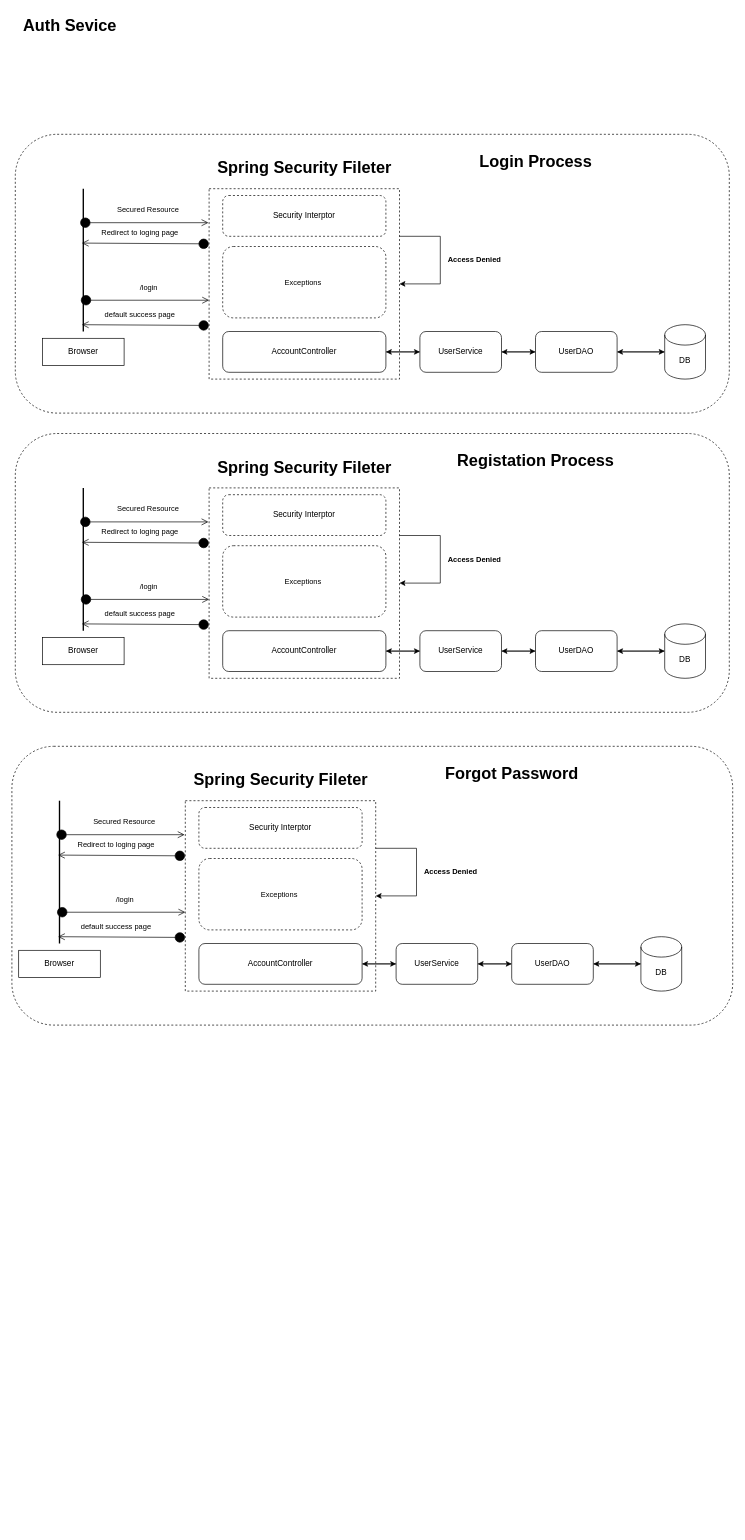
The draw.io diagram les2.drawio in DrSkyFox/some_arch_rep, before the edit. Source tidied: cells renumbered, new cells numbered last; positions are measured from the earlier drawing's top-left corner, leaving out a move shared by most shapes. Both pictures are drawn from the tidied source at 68%, with x=0, y=0 at pixel (12, 12).
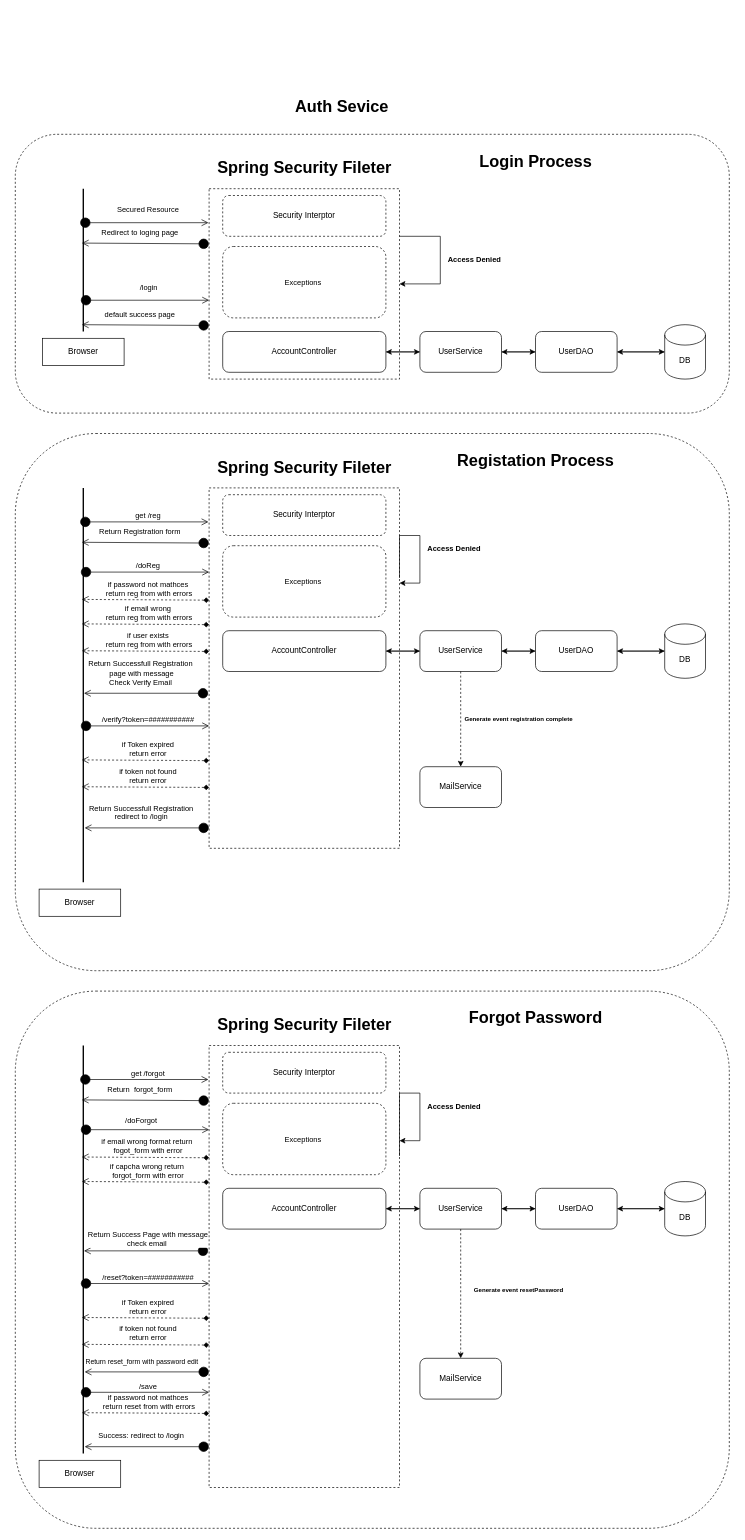
After the change.

The change refers to these unchanged cells:
```xml
<mxCell id="36" value="UserService" style="rounded=1;whiteSpace=wrap;html=1;" parent="1" vertex="1">
  <mxGeometry x="600" y="910" width="120" height="60" as="geometry" />
</mxCell>
```

Change to the diagram source:
```diff
@@
     <mxCell id="6" value="Auth Sevice" style="text;strokeColor=none;fillColor=none;html=1;fontSize=24;fontStyle=1;verticalAlign=middle;align=center;" parent="1" vertex="1">
-      <mxGeometry width="170" height="40" as="geometry" />
+      <mxGeometry x="400" y="120" width="170" height="40" as="geometry" />
     </mxCell>
@@
     <mxCell id="27" style="rounded=1;whiteSpace=wrap;html=1;dashed=1;" parent="1" vertex="1">
-      <mxGeometry x="5" y="620" width="1050" height="410" as="geometry" />
+      <mxGeometry x="5" y="620" width="1050" height="790" as="geometry" />
     </mxCell>
     <mxCell id="28" style="rounded=0;whiteSpace=wrap;html=1;dashed=1;" parent="1" vertex="1">
-      <mxGeometry x="290" y="700" width="280" height="280" as="geometry" />
+      <mxGeometry x="290" y="700" width="280" height="530" as="geometry" />
     </mxCell>
@@
     <mxCell id="39" style="line;strokeWidth=2;direction=south;html=1;" parent="1" vertex="1">
-      <mxGeometry x="100" y="700" width="10" height="210" as="geometry" />
+      <mxGeometry x="100" y="700" width="10" height="580" as="geometry" />
     </mxCell>
     <mxCell id="40" value="Browser" style="rounded=0;whiteSpace=wrap;html=1;" parent="1" vertex="1">
-      <mxGeometry x="45" y="920" width="120" height="40" as="geometry" />
+      <mxGeometry x="40" y="1290" width="120" height="40" as="geometry" />
     </mxCell>
@@
-    <mxCell id="42" value="Secured Resource" style="verticalAlign=bottom;startArrow=circle;startFill=1;endArrow=open;startSize=6;endSize=8;html=1;" parent="1" edge="1">
-      <mxGeometry x="0.06" y="10" relative="1" as="geometry">
+    <mxCell id="42" value="get /reg" style="verticalAlign=bottom;startArrow=circle;startFill=1;endArrow=open;startSize=6;endSize=8;html=1;" parent="1" edge="1">
+      <mxGeometry x="0.06" relative="1" as="geometry">
         <mxPoint x="100" y="750" as="sourcePoint" />
         <mxPoint x="289" y="750" as="targetPoint" />
       </mxGeometry>
     </mxCell>
-    <mxCell id="43" value="Redirect to loging page" style="verticalAlign=bottom;startArrow=circle;startFill=1;endArrow=open;startSize=6;endSize=8;html=1;exitX=0.002;exitY=0.401;exitDx=0;exitDy=0;exitPerimeter=0;entryX=0.501;entryY=0.66;entryDx=0;entryDy=0;entryPerimeter=0;" parent="1" edge="1">
+    <mxCell id="43" value="Return Registration form" style="verticalAlign=bottom;startArrow=circle;startFill=1;endArrow=open;startSize=6;endSize=8;html=1;exitX=0.002;exitY=0.401;exitDx=0;exitDy=0;exitPerimeter=0;entryX=0.501;entryY=0.66;entryDx=0;entryDy=0;entryPerimeter=0;" parent="1" edge="1">
       <mxGeometry x="0.09" y="-7" relative="1" as="geometry">
         <mxPoint x="290" y="781.1" as="sourcePoint" />
         <mxPoint x="102.8" y="780" as="targetPoint" />
       </mxGeometry>
     </mxCell>
-    <mxCell id="44" value="/login" style="verticalAlign=bottom;startArrow=circle;startFill=1;endArrow=open;startSize=6;endSize=8;html=1;" parent="1" edge="1">
-      <mxGeometry x="0.06" y="10" relative="1" as="geometry">
-        <mxPoint x="101" y="864" as="sourcePoint" />
-        <mxPoint x="290" y="864" as="targetPoint" />
+    <mxCell id="44" value="/doReg" style="verticalAlign=bottom;startArrow=circle;startFill=1;endArrow=open;startSize=6;endSize=8;html=1;" parent="1" edge="1">
+      <mxGeometry x="0.05" relative="1" as="geometry">
+        <mxPoint x="101" y="823.8" as="sourcePoint" />
+        <mxPoint x="290" y="823.8" as="targetPoint" />
       </mxGeometry>
     </mxCell>
-    <mxCell id="45" value="default success page" style="verticalAlign=bottom;startArrow=circle;startFill=1;endArrow=open;startSize=6;endSize=8;html=1;exitX=0.002;exitY=0.401;exitDx=0;exitDy=0;exitPerimeter=0;entryX=0.501;entryY=0.66;entryDx=0;entryDy=0;entryPerimeter=0;" parent="1" edge="1">
-      <mxGeometry x="0.09" y="-7" relative="1" as="geometry">
-        <mxPoint x="290" y="901.1" as="sourcePoint" />
-        <mxPoint x="102.8" y="900" as="targetPoint" />
+    <mxCell id="45" value="if password not mathces&lt;br&gt;&amp;nbsp;return reg from with errors" style="verticalAlign=bottom;startArrow=diamond;startFill=1;endArrow=open;startSize=6;endSize=8;html=1;exitX=0.002;exitY=0.401;exitDx=0;exitDy=0;exitPerimeter=0;entryX=0.501;entryY=0.66;entryDx=0;entryDy=0;entryPerimeter=0;dashed=1;" parent="1" edge="1">
+      <mxGeometry x="-0.04" y="-1" relative="1" as="geometry">
+        <mxPoint x="290" y="865.1" as="sourcePoint" />
+        <mxPoint x="102.8" y="864" as="targetPoint" />
       </mxGeometry>
     </mxCell>
@@
     <mxCell id="47" style="edgeStyle=orthogonalEdgeStyle;rounded=0;orthogonalLoop=1;jettySize=auto;html=1;exitX=1;exitY=0.25;exitDx=0;exitDy=0;" parent="1" edge="1" source="28" target="28">
       <mxGeometry relative="1" as="geometry">
         <Array as="points">
-          <mxPoint x="630" y="840" />
+          <mxPoint x="600" y="770" />
+          <mxPoint x="600" y="840" />
         </Array>
       </mxGeometry>
     </mxCell>
     <mxCell id="48" value="Access Denied" style="text;strokeColor=none;fillColor=none;html=1;fontSize=11;fontStyle=1;verticalAlign=middle;align=center;dashed=1;" parent="1" vertex="1">
-      <mxGeometry x="630" y="785" width="100" height="40" as="geometry" />
+      <mxGeometry x="600" y="770" width="100" height="40" as="geometry" />
     </mxCell>
@@
-    <mxCell id="51" style="rounded=1;whiteSpace=wrap;html=1;dashed=1;" parent="1" vertex="1">
-      <mxGeometry y="1080" width="1060" height="410" as="geometry" />
-    </mxCell>
-    <mxCell id="52" style="rounded=0;whiteSpace=wrap;html=1;dashed=1;" parent="1" vertex="1">
-      <mxGeometry x="255" y="1160" width="280" height="280" as="geometry" />
-    </mxCell>
+    <mxCell id="75" value="if email wrong&lt;br&gt;&amp;nbsp;return reg from with errors" style="verticalAlign=bottom;startArrow=diamond;startFill=1;endArrow=open;startSize=6;endSize=8;html=1;exitX=0.002;exitY=0.401;exitDx=0;exitDy=0;exitPerimeter=0;entryX=0.501;entryY=0.66;entryDx=0;entryDy=0;entryPerimeter=0;dashed=1;" parent="1" edge="1">
+      <mxGeometry x="-0.04" y="-1" relative="1" as="geometry">
+        <mxPoint x="290" y="901.1" as="sourcePoint" />
+        <mxPoint x="102.8" y="900" as="targetPoint" />
+      </mxGeometry>
+    </mxCell>
+    <mxCell id="76" value="if user exists&lt;br&gt;&amp;nbsp;return reg from with errors" style="verticalAlign=bottom;startArrow=diamond;startFill=1;endArrow=open;startSize=6;endSize=8;html=1;exitX=0.002;exitY=0.401;exitDx=0;exitDy=0;exitPerimeter=0;entryX=0.501;entryY=0.66;entryDx=0;entryDy=0;entryPerimeter=0;dashed=1;" parent="1" edge="1">
+      <mxGeometry x="-0.04" y="-1" relative="1" as="geometry">
+        <mxPoint x="290" y="940.5" as="sourcePoint" />
+        <mxPoint x="102.8" y="939.5" as="targetPoint" />
+      </mxGeometry>
+    </mxCell>
+    <mxCell id="77" value="Return Successfull Registration&lt;br&gt;&amp;nbsp;page with message&lt;br&gt;Check Verify Email" style="verticalAlign=bottom;startArrow=circle;startFill=1;endArrow=open;startSize=6;endSize=8;html=1;entryX=0.5;entryY=0.5;entryDx=0;entryDy=0;entryPerimeter=0;" parent="1" edge="1">
+      <mxGeometry x="0.09" y="-7" relative="1" as="geometry">
+        <mxPoint x="289" y="1002" as="sourcePoint" />
+        <mxPoint x="106" y="1002" as="targetPoint" />
+      </mxGeometry>
+    </mxCell>
+    <mxCell id="78" style="endArrow=classic;html=1;dashed=1;fontSize=11;exitX=0.5;exitY=1;exitDx=0;exitDy=0;entryX=0.5;entryY=0;entryDx=0;entryDy=0;" parent="1" edge="1" source="36" target="79">
+      <mxGeometry relative="1" as="geometry" />
+    </mxCell>
+    <mxCell id="79" value="MailService" style="rounded=1;whiteSpace=wrap;html=1;" parent="1" vertex="1">
+      <mxGeometry x="600" y="1110" width="120" height="60" as="geometry" />
+    </mxCell>
+    <mxCell id="80" value="/verify?token=###########" style="verticalAlign=bottom;startArrow=circle;startFill=1;endArrow=open;startSize=6;endSize=8;html=1;" parent="1" edge="1">
+      <mxGeometry x="0.05" relative="1" as="geometry">
+        <mxPoint x="101" y="1050" as="sourcePoint" />
+        <mxPoint x="290" y="1050" as="targetPoint" />
+      </mxGeometry>
+    </mxCell>
+    <mxCell id="81" value="if Token expired&lt;br&gt;return error" style="verticalAlign=bottom;startArrow=diamond;startFill=1;endArrow=open;startSize=6;endSize=8;html=1;exitX=0.002;exitY=0.401;exitDx=0;exitDy=0;exitPerimeter=0;entryX=0.501;entryY=0.66;entryDx=0;entryDy=0;entryPerimeter=0;dashed=1;" parent="1" edge="1">
+      <mxGeometry x="-0.04" y="-1" relative="1" as="geometry">
+        <mxPoint x="290" y="1101.1" as="sourcePoint" />
+        <mxPoint x="102.8" y="1100" as="targetPoint" />
+      </mxGeometry>
+    </mxCell>
+    <mxCell id="82" value="if token not found&lt;br&gt;return error" style="verticalAlign=bottom;startArrow=diamond;startFill=1;endArrow=open;startSize=6;endSize=8;html=1;exitX=0.002;exitY=0.401;exitDx=0;exitDy=0;exitPerimeter=0;entryX=0.501;entryY=0.66;entryDx=0;entryDy=0;entryPerimeter=0;dashed=1;" parent="1" edge="1">
+      <mxGeometry x="-0.04" y="-1" relative="1" as="geometry">
+        <mxPoint x="290" y="1140.5" as="sourcePoint" />
+        <mxPoint x="102.8" y="1139.5" as="targetPoint" />
+      </mxGeometry>
+    </mxCell>
+    <mxCell id="83" value="Return Successfull Registration&lt;br&gt;redirect to /login" style="verticalAlign=bottom;startArrow=circle;startFill=1;endArrow=open;startSize=6;endSize=8;html=1;entryX=0.5;entryY=0.5;entryDx=0;entryDy=0;entryPerimeter=0;" parent="1" edge="1">
+      <mxGeometry x="0.09" y="-7" relative="1" as="geometry">
+        <mxPoint x="290" y="1200" as="sourcePoint" />
+        <mxPoint x="107" y="1200" as="targetPoint" />
+      </mxGeometry>
+    </mxCell>
+    <mxCell id="84" style="rounded=1;whiteSpace=wrap;html=1;dashed=1;" parent="1" vertex="1">
+      <mxGeometry x="5" y="1440" width="1050" height="790" as="geometry" />
+    </mxCell>
+    <mxCell id="85" style="rounded=0;whiteSpace=wrap;html=1;dashed=1;" parent="1" vertex="1">
+      <mxGeometry x="290" y="1520" width="280" height="650" as="geometry" />
+    </mxCell>
@@
     <mxCell id="54" value="DB" style="shape=cylinder3;whiteSpace=wrap;html=1;boundedLbl=1;backgroundOutline=1;size=15;" parent="1" vertex="1">
-      <mxGeometry x="925" y="1360" width="60" height="80" as="geometry" />
+      <mxGeometry x="960" y="1720" width="60" height="80" as="geometry" />
     </mxCell>
@@
     <mxCell id="57" value="UserDAO" style="rounded=1;whiteSpace=wrap;html=1;" parent="1" vertex="1">
-      <mxGeometry x="735" y="1370" width="120" height="60" as="geometry" />
+      <mxGeometry x="770" y="1730" width="120" height="60" as="geometry" />
     </mxCell>
@@
     <mxCell id="60" value="UserService" style="rounded=1;whiteSpace=wrap;html=1;" parent="1" vertex="1">
-      <mxGeometry x="565" y="1370" width="120" height="60" as="geometry" />
+      <mxGeometry x="600" y="1730" width="120" height="60" as="geometry" />
     </mxCell>
@@
     <mxCell id="62" value="AccountController" style="rounded=1;whiteSpace=wrap;html=1;" parent="1" vertex="1">
-      <mxGeometry x="275" y="1370" width="240" height="60" as="geometry" />
+      <mxGeometry x="310" y="1730" width="240" height="60" as="geometry" />
     </mxCell>
-    <mxCell id="63" style="line;strokeWidth=2;direction=south;html=1;" parent="1" vertex="1">
-      <mxGeometry x="65" y="1160" width="10" height="210" as="geometry" />
-    </mxCell>
+    <mxCell id="86" style="line;strokeWidth=2;direction=south;html=1;" parent="1" vertex="1">
+      <mxGeometry x="100" y="1520" width="10" height="600" as="geometry" />
+    </mxCell>
     <mxCell id="64" value="Browser" style="rounded=0;whiteSpace=wrap;html=1;" parent="1" vertex="1">
-      <mxGeometry x="10" y="1380" width="120" height="40" as="geometry" />
+      <mxGeometry x="40" y="2130" width="120" height="40" as="geometry" />
     </mxCell>
     <mxCell id="65" value="Spring Security Fileter" style="text;strokeColor=none;fillColor=none;html=1;fontSize=24;fontStyle=1;verticalAlign=middle;align=center;" parent="1" vertex="1">
-      <mxGeometry x="345" y="1110" width="100" height="40" as="geometry" />
+      <mxGeometry x="380" y="1470" width="100" height="40" as="geometry" />
     </mxCell>
-    <mxCell id="66" value="Secured Resource" style="verticalAlign=bottom;startArrow=circle;startFill=1;endArrow=open;startSize=6;endSize=8;html=1;" parent="1" edge="1">
-      <mxGeometry x="0.06" y="10" relative="1" as="geometry">
-        <mxPoint x="65" y="1210" as="sourcePoint" />
-        <mxPoint x="254" y="1210" as="targetPoint" />
-      </mxGeometry>
-    </mxCell>
-    <mxCell id="67" value="Redirect to loging page" style="verticalAlign=bottom;startArrow=circle;startFill=1;endArrow=open;startSize=6;endSize=8;html=1;exitX=0.002;exitY=0.401;exitDx=0;exitDy=0;exitPerimeter=0;entryX=0.501;entryY=0.66;entryDx=0;entryDy=0;entryPerimeter=0;" parent="1" edge="1">
-      <mxGeometry x="0.09" y="-7" relative="1" as="geometry">
-        <mxPoint x="255" y="1241.1" as="sourcePoint" />
-        <mxPoint x="67.8" y="1240" as="targetPoint" />
-      </mxGeometry>
-    </mxCell>
-    <mxCell id="68" value="/login" style="verticalAlign=bottom;startArrow=circle;startFill=1;endArrow=open;startSize=6;endSize=8;html=1;" parent="1" edge="1">
-      <mxGeometry x="0.06" y="10" relative="1" as="geometry">
-        <mxPoint x="66" y="1324" as="sourcePoint" />
-        <mxPoint x="255" y="1324" as="targetPoint" />
-      </mxGeometry>
-    </mxCell>
-    <mxCell id="69" value="default success page" style="verticalAlign=bottom;startArrow=circle;startFill=1;endArrow=open;startSize=6;endSize=8;html=1;exitX=0.002;exitY=0.401;exitDx=0;exitDy=0;exitPerimeter=0;entryX=0.501;entryY=0.66;entryDx=0;entryDy=0;entryPerimeter=0;" parent="1" edge="1">
-      <mxGeometry x="0.09" y="-7" relative="1" as="geometry">
-        <mxPoint x="255" y="1361.1" as="sourcePoint" />
-        <mxPoint x="67.8" y="1360" as="targetPoint" />
-      </mxGeometry>
-    </mxCell>
+    <mxCell id="87" value="get /forgot" style="verticalAlign=bottom;startArrow=circle;startFill=1;endArrow=open;startSize=6;endSize=8;html=1;" parent="1" edge="1">
+      <mxGeometry x="0.06" relative="1" as="geometry">
+        <mxPoint x="100" y="1570" as="sourcePoint" />
+        <mxPoint x="289" y="1570" as="targetPoint" />
+      </mxGeometry>
+    </mxCell>
+    <mxCell id="88" value="Return&amp;nbsp; forgot_form" style="verticalAlign=bottom;startArrow=circle;startFill=1;endArrow=open;startSize=6;endSize=8;html=1;exitX=0.002;exitY=0.401;exitDx=0;exitDy=0;exitPerimeter=0;entryX=0.501;entryY=0.66;entryDx=0;entryDy=0;entryPerimeter=0;" parent="1" edge="1">
+      <mxGeometry x="0.09" y="-7" relative="1" as="geometry">
+        <mxPoint x="290" y="1601.1" as="sourcePoint" />
+        <mxPoint x="102.8" y="1600" as="targetPoint" />
+      </mxGeometry>
+    </mxCell>
+    <mxCell id="89" value="/doForgot" style="verticalAlign=bottom;startArrow=circle;startFill=1;endArrow=open;startSize=6;endSize=8;html=1;" parent="1" edge="1">
+      <mxGeometry x="-0.06" y="4" relative="1" as="geometry">
+        <mxPoint x="101" y="1643.8" as="sourcePoint" />
+        <mxPoint x="290" y="1643.8" as="targetPoint" />
+      </mxGeometry>
+    </mxCell>
+    <mxCell id="90" value="if email wrong format return&amp;nbsp;&lt;br&gt;fogot_form with error" style="verticalAlign=bottom;startArrow=diamond;startFill=1;endArrow=open;startSize=6;endSize=8;html=1;exitX=0.002;exitY=0.401;exitDx=0;exitDy=0;exitPerimeter=0;entryX=0.501;entryY=0.66;entryDx=0;entryDy=0;entryPerimeter=0;dashed=1;" parent="1" edge="1">
+      <mxGeometry x="-0.04" y="-1" relative="1" as="geometry">
+        <mxPoint x="290" y="1685.1" as="sourcePoint" />
+        <mxPoint x="102.8" y="1684" as="targetPoint" />
+      </mxGeometry>
+    </mxCell>
     <mxCell id="70" value="Security Interptor" style="rounded=1;whiteSpace=wrap;html=1;dashed=1;" parent="1" vertex="1">
-      <mxGeometry x="275" y="1170" width="240" height="60" as="geometry" />
+      <mxGeometry x="310" y="1530" width="240" height="60" as="geometry" />
     </mxCell>
-    <mxCell id="71" style="edgeStyle=orthogonalEdgeStyle;rounded=0;orthogonalLoop=1;jettySize=auto;html=1;exitX=1;exitY=0.25;exitDx=0;exitDy=0;" parent="1" edge="1" source="52" target="52">
-      <mxGeometry relative="1" as="geometry">
-        <Array as="points">
-          <mxPoint x="595" y="1300" />
-        </Array>
-      </mxGeometry>
-    </mxCell>
+    <mxCell id="91" style="edgeStyle=orthogonalEdgeStyle;rounded=0;orthogonalLoop=1;jettySize=auto;html=1;exitX=1;exitY=0.25;exitDx=0;exitDy=0;" parent="1" edge="1" source="85" target="85">
+      <mxGeometry relative="1" as="geometry">
+        <Array as="points">
+          <mxPoint x="600" y="1590" />
+          <mxPoint x="600" y="1660" />
+        </Array>
+      </mxGeometry>
+    </mxCell>
     <mxCell id="72" value="Access Denied" style="text;strokeColor=none;fillColor=none;html=1;fontSize=11;fontStyle=1;verticalAlign=middle;align=center;dashed=1;" parent="1" vertex="1">
-      <mxGeometry x="595" y="1245" width="100" height="40" as="geometry" />
+      <mxGeometry x="600" y="1590" width="100" height="40" as="geometry" />
     </mxCell>
     <mxCell id="73" value="Exceptions&amp;nbsp;" style="rounded=1;whiteSpace=wrap;html=1;dashed=1;fontSize=11;" parent="1" vertex="1">
-      <mxGeometry x="275" y="1245" width="240" height="105" as="geometry" />
+      <mxGeometry x="310" y="1605" width="240" height="105" as="geometry" />
     </mxCell>
     <mxCell id="74" value="Forgot Password" style="text;strokeColor=none;fillColor=none;html=1;fontSize=24;fontStyle=1;verticalAlign=middle;align=center;dashed=1;" parent="1" vertex="1">
-      <mxGeometry x="615" y="1100" width="240" height="40" as="geometry" />
+      <mxGeometry x="650" y="1460" width="240" height="40" as="geometry" />
     </mxCell>
+    <mxCell id="92" value="if capcha wrong return&amp;nbsp;&lt;br&gt;forgot_form with error" style="verticalAlign=bottom;startArrow=diamond;startFill=1;endArrow=open;startSize=6;endSize=8;html=1;exitX=0.002;exitY=0.401;exitDx=0;exitDy=0;exitPerimeter=0;entryX=0.501;entryY=0.66;entryDx=0;entryDy=0;entryPerimeter=0;dashed=1;" parent="1" edge="1">
+      <mxGeometry x="-0.04" y="-1" relative="1" as="geometry">
+        <mxPoint x="290" y="1721.1" as="sourcePoint" />
+        <mxPoint x="102.8" y="1720" as="targetPoint" />
+      </mxGeometry>
+    </mxCell>
+    <mxCell id="93" value="Return Success Page with message&lt;br&gt;check email&amp;nbsp;" style="verticalAlign=bottom;startArrow=circle;startFill=1;endArrow=open;startSize=6;endSize=8;html=1;entryX=0.5;entryY=0.5;entryDx=0;entryDy=0;entryPerimeter=0;" parent="1" edge="1">
+      <mxGeometry x="-0.03" y="-2" relative="1" as="geometry">
+        <mxPoint x="289" y="1822" as="sourcePoint" />
+        <mxPoint x="106" y="1822" as="targetPoint" />
+      </mxGeometry>
+    </mxCell>
+    <mxCell id="94" style="endArrow=classic;html=1;dashed=1;fontSize=11;exitX=0.5;exitY=1;exitDx=0;exitDy=0;entryX=0.5;entryY=0;entryDx=0;entryDy=0;" parent="1" edge="1" source="60" target="95">
+      <mxGeometry relative="1" as="geometry" />
+    </mxCell>
+    <mxCell id="95" value="MailService" style="rounded=1;whiteSpace=wrap;html=1;" parent="1" vertex="1">
+      <mxGeometry x="600" y="1980" width="120" height="60" as="geometry" />
+    </mxCell>
+    <mxCell id="96" value="/reset?token=###########" style="verticalAlign=bottom;startArrow=circle;startFill=1;endArrow=open;startSize=6;endSize=8;html=1;" parent="1" edge="1">
+      <mxGeometry x="0.05" relative="1" as="geometry">
+        <mxPoint x="101" y="1870" as="sourcePoint" />
+        <mxPoint x="290" y="1870" as="targetPoint" />
+      </mxGeometry>
+    </mxCell>
+    <mxCell id="97" value="if Token expired&lt;br&gt;return error" style="verticalAlign=bottom;startArrow=diamond;startFill=1;endArrow=open;startSize=6;endSize=8;html=1;exitX=0.002;exitY=0.401;exitDx=0;exitDy=0;exitPerimeter=0;entryX=0.501;entryY=0.66;entryDx=0;entryDy=0;entryPerimeter=0;dashed=1;" parent="1" edge="1">
+      <mxGeometry x="-0.04" y="-1" relative="1" as="geometry">
+        <mxPoint x="290" y="1921.1" as="sourcePoint" />
+        <mxPoint x="102.8" y="1920" as="targetPoint" />
+      </mxGeometry>
+    </mxCell>
+    <mxCell id="98" value="if token not found&lt;br&gt;return error" style="verticalAlign=bottom;startArrow=diamond;startFill=1;endArrow=open;startSize=6;endSize=8;html=1;exitX=0.002;exitY=0.401;exitDx=0;exitDy=0;exitPerimeter=0;entryX=0.501;entryY=0.66;entryDx=0;entryDy=0;entryPerimeter=0;dashed=1;" parent="1" edge="1">
+      <mxGeometry x="-0.04" y="-1" relative="1" as="geometry">
+        <mxPoint x="290" y="1960.5" as="sourcePoint" />
+        <mxPoint x="102.8" y="1959.5" as="targetPoint" />
+      </mxGeometry>
+    </mxCell>
+    <mxCell id="99" value="Return reset_form with password edit" style="verticalAlign=bottom;startArrow=circle;startFill=1;endArrow=open;startSize=6;endSize=8;html=1;entryX=0.5;entryY=0.5;entryDx=0;entryDy=0;entryPerimeter=0;fontSize=10;" parent="1" edge="1">
+      <mxGeometry x="0.08" y="-6" relative="1" as="geometry">
+        <mxPoint x="290" y="2000" as="sourcePoint" />
+        <mxPoint x="107" y="2000" as="targetPoint" />
+      </mxGeometry>
+    </mxCell>
+    <mxCell id="100" value="/save" style="verticalAlign=bottom;startArrow=circle;startFill=1;endArrow=open;startSize=6;endSize=8;html=1;" parent="1" edge="1">
+      <mxGeometry x="0.05" relative="1" as="geometry">
+        <mxPoint x="101" y="2030" as="sourcePoint" />
+        <mxPoint x="290" y="2030" as="targetPoint" />
+      </mxGeometry>
+    </mxCell>
+    <mxCell id="101" value="if password not mathces&lt;br&gt;&amp;nbsp;return reset from with errors" style="verticalAlign=bottom;startArrow=diamond;startFill=1;endArrow=open;startSize=6;endSize=8;html=1;exitX=0.002;exitY=0.401;exitDx=0;exitDy=0;exitPerimeter=0;entryX=0.501;entryY=0.66;entryDx=0;entryDy=0;entryPerimeter=0;dashed=1;" parent="1" edge="1">
+      <mxGeometry x="-0.04" y="-1" relative="1" as="geometry">
+        <mxPoint x="290" y="2061.1" as="sourcePoint" />
+        <mxPoint x="102.8" y="2060" as="targetPoint" />
+      </mxGeometry>
+    </mxCell>
+    <mxCell id="102" value="Success: redirect to /login" style="verticalAlign=bottom;startArrow=circle;startFill=1;endArrow=open;startSize=6;endSize=8;html=1;entryX=0.5;entryY=0.5;entryDx=0;entryDy=0;entryPerimeter=0;" parent="1" edge="1">
+      <mxGeometry x="0.09" y="-7" relative="1" as="geometry">
+        <mxPoint x="290" y="2110" as="sourcePoint" />
+        <mxPoint x="107" y="2110" as="targetPoint" />
+      </mxGeometry>
+    </mxCell>
+    <mxCell id="103" value="Generate event registration complete" style="text;strokeColor=none;fillColor=none;html=1;fontSize=9;fontStyle=1;verticalAlign=middle;align=center;dashed=1;" parent="1" vertex="1">
+      <mxGeometry x="660" y="1020" width="170" height="40" as="geometry" />
+    </mxCell>
+    <mxCell id="104" value="Generate event resetPassword" style="text;strokeColor=none;fillColor=none;html=1;fontSize=9;fontStyle=1;verticalAlign=middle;align=center;dashed=1;" parent="1" vertex="1">
+      <mxGeometry x="660" y="1860" width="170" height="40" as="geometry" />
+    </mxCell>
```
